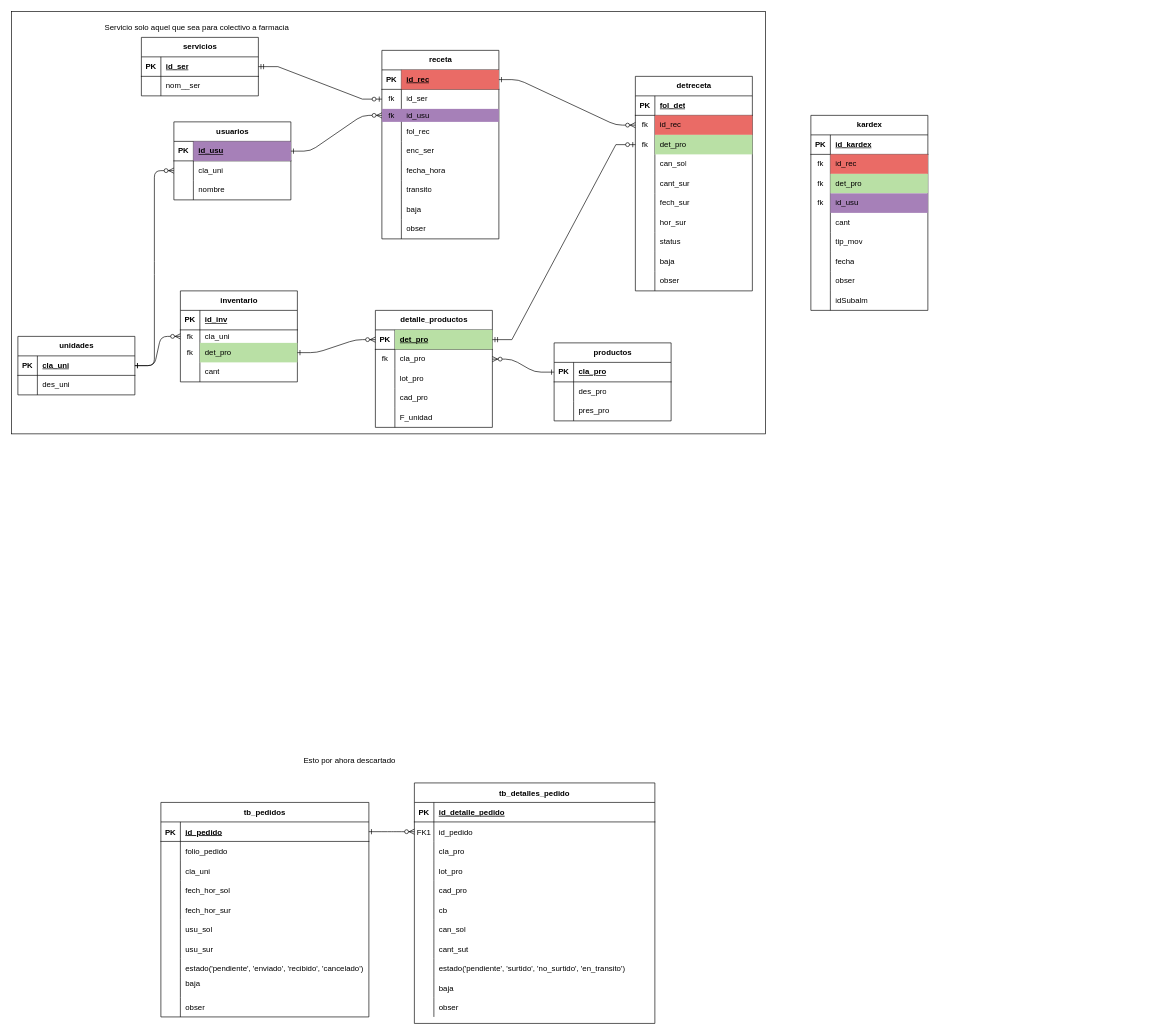
Above: CPM_CRUD.drawio in ErnestoDanielTafoyaMolinaCYM/clases-cat-cym (draw.io), before the change. Source tidied: cells renumbered, new cells numbered last; positions are measured from the earlier drawing's top-left corner, leaving out a move shared by most shapes. Both pictures are drawn from the tidied source at 65%, with x=0, y=0 at pixel (11, 11).
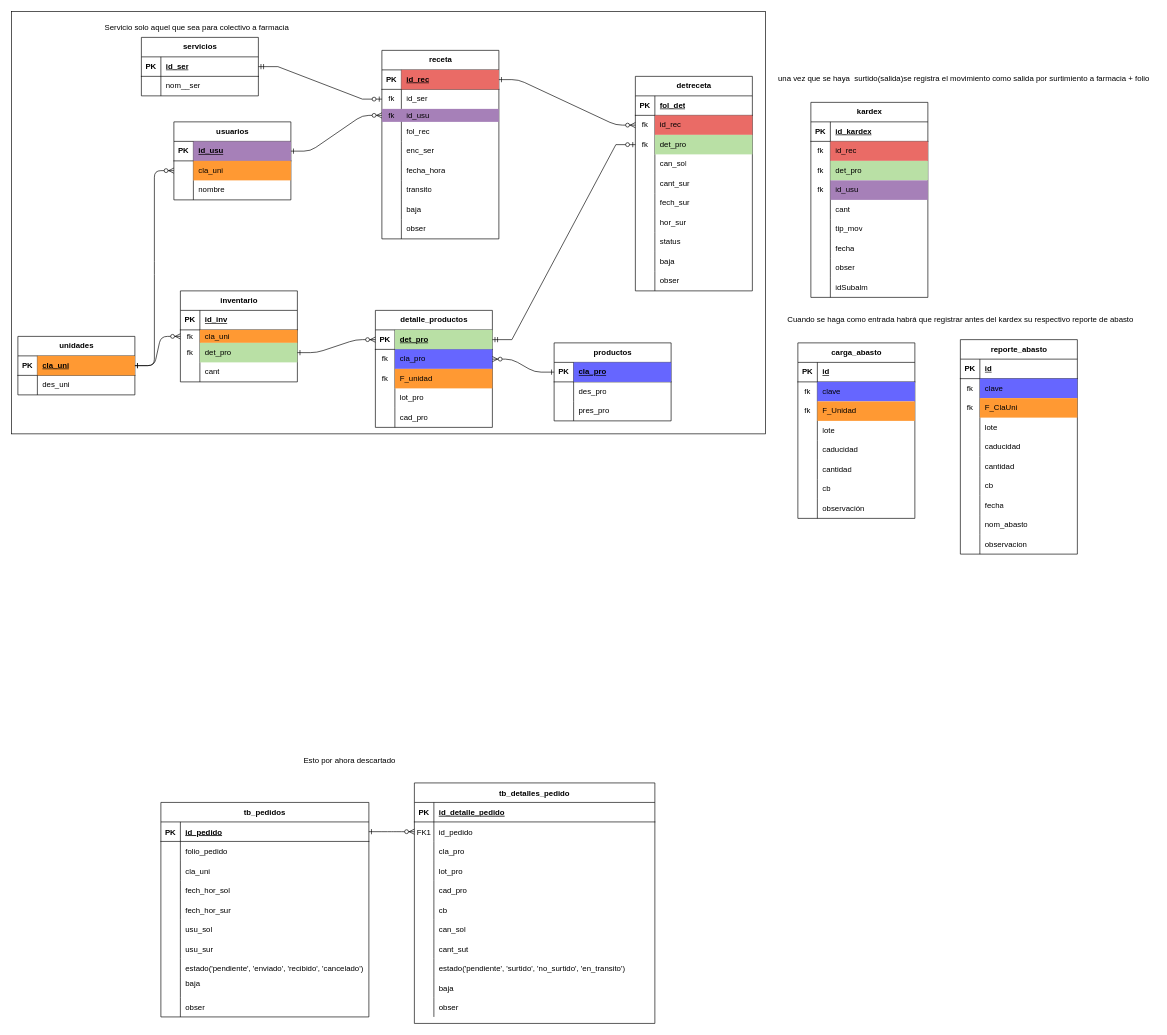
After the change.

Unchanged cells that the change refers to:
```xml
<mxCell id="102" style="shape=tableRow;horizontal=0;startSize=0;swimlaneHead=0;swimlaneBody=0;fillColor=none;points=[[0,0.5],[1,0.5]];portConstraint=eastwest;top=0;left=0;right=0;bottom=1;" parent="101" vertex="1">
  <mxGeometry y="30" width="180" height="30" as="geometry" />
</mxCell>
<mxCell id="111" value="detalle_productos" style="shape=table;startSize=30;childLayout=tableLayout;rowLines=0;fontStyle=1;align=center;html=1;" parent="99" vertex="1">
  <mxGeometry x="560" y="460" width="180" height="180" as="geometry" />
</mxCell>
<mxCell id="115" style="shape=tableRow;horizontal=0;startSize=0;swimlaneHead=0;swimlaneBody=0;fillColor=none;points=[[0,0.5],[1,0.5]];portConstraint=eastwest;top=0;left=0;right=0;bottom=0;" parent="111" vertex="1">
  <mxGeometry y="60" width="180" height="30" as="geometry" />
</mxCell>
<mxCell id="128" style="shape=tableRow;horizontal=0;startSize=0;swimlaneHead=0;swimlaneBody=0;fillColor=none;points=[[0,0.5],[1,0.5]];portConstraint=eastwest;top=0;left=0;right=0;bottom=1;" parent="127" vertex="1">
  <mxGeometry y="30" width="180" height="30" as="geometry" />
</mxCell>
<mxCell id="138" style="shape=tableRow;horizontal=0;startSize=0;swimlaneHead=0;swimlaneBody=0;fillColor=none;points=[[0,0.5],[1,0.5]];portConstraint=eastwest;top=0;left=0;right=0;bottom=0;" parent="134" vertex="1">
  <mxGeometry y="60" width="180" height="30" as="geometry" />
</mxCell>
<mxCell id="149" style="shape=tableRow;horizontal=0;startSize=0;swimlaneHead=0;swimlaneBody=0;fillColor=none;points=[[0,0.5],[1,0.5]];portConstraint=eastwest;top=0;left=0;right=0;bottom=0;" parent="145" vertex="1">
  <mxGeometry y="60" width="180" height="20" as="geometry" />
</mxCell>
```

The edit, as a diff of the source:
```diff
@@
     <mxCell id="71" value="kardex" style="shape=table;startSize=30;childLayout=tableLayout;rowLines=0;fontStyle=1;align=center;html=1;" parent="1" vertex="1">
-      <mxGeometry x="1230" y="160" width="180" height="300" as="geometry" />
+      <mxGeometry x="1230" y="140" width="180" height="300" as="geometry" />
     </mxCell>
@@
-    <mxCell id="104" value="cla_pro" style="shape=partialRectangle;fillColor=none;top=0;left=0;bottom=0;right=0;align=left;spacingLeft=6;fontStyle=5;overflow=hidden;whiteSpace=wrap;html=1;" parent="102" vertex="1">
+    <mxCell id="104" value="cla_pro" style="shape=partialRectangle;fillColor=#6666FF;top=0;left=0;bottom=0;right=0;align=left;spacingLeft=6;fontStyle=5;overflow=hidden;whiteSpace=wrap;html=1;" parent="102" vertex="1">
       <mxGeometry x="30" width="150" height="30" as="geometry" />
     </mxCell>
@@
-    <mxCell id="117" value="cla_pro" style="shape=partialRectangle;fillColor=none;top=0;left=0;bottom=0;right=0;align=left;spacingLeft=6;overflow=hidden;whiteSpace=wrap;html=1;" parent="115" vertex="1">
+    <mxCell id="117" value="cla_pro" style="shape=partialRectangle;fillColor=#6666FF;top=0;left=0;bottom=0;right=0;align=left;spacingLeft=6;overflow=hidden;whiteSpace=wrap;html=1;" parent="115" vertex="1">
       <mxGeometry x="30" width="150" height="30" as="geometry" />
     </mxCell>
+    <mxCell id="124" style="shape=tableRow;horizontal=0;startSize=0;swimlaneHead=0;swimlaneBody=0;fillColor=none;top=0;left=0;right=0;bottom=0;" parent="111" vertex="1">
+      <mxGeometry y="90" width="180" height="30" as="geometry" />
+    </mxCell>
+    <mxCell id="125" value="fk" style="shape=partialRectangle;fillColor=none;top=0;left=0;bottom=0;right=0;overflow=hidden;whiteSpace=wrap;html=1;" parent="124" vertex="1">
+      <mxGeometry width="30" height="30" as="geometry" />
+    </mxCell>
+    <mxCell id="126" value="F_unidad" style="shape=partialRectangle;fillColor=#FF9933;top=0;left=0;bottom=0;right=0;align=left;spacingLeft=6;overflow=hidden;whiteSpace=wrap;html=1;" parent="124" vertex="1">
+      <mxGeometry x="30" width="150" height="30" as="geometry" />
+    </mxCell>
     <mxCell id="118" style="shape=tableRow;horizontal=0;startSize=0;swimlaneHead=0;swimlaneBody=0;fillColor=none;top=0;left=0;right=0;bottom=0;" parent="111" vertex="1">
-      <mxGeometry y="90" width="180" height="30" as="geometry" />
+      <mxGeometry y="120" width="180" height="30" as="geometry" />
     </mxCell>
@@
     <mxCell id="121" style="shape=tableRow;horizontal=0;startSize=0;swimlaneHead=0;swimlaneBody=0;fillColor=none;top=0;left=0;right=0;bottom=0;" parent="111" vertex="1">
-      <mxGeometry y="120" width="180" height="30" as="geometry" />
+      <mxGeometry y="150" width="180" height="30" as="geometry" />
     </mxCell>
@@
-    <mxCell id="124" style="shape=tableRow;horizontal=0;startSize=0;swimlaneHead=0;swimlaneBody=0;fillColor=none;top=0;left=0;right=0;bottom=0;" parent="111" vertex="1">
-      <mxGeometry y="150" width="180" height="30" as="geometry" />
-    </mxCell>
-    <mxCell id="125" style="shape=partialRectangle;fillColor=none;top=0;left=0;bottom=0;right=0;overflow=hidden;whiteSpace=wrap;html=1;" parent="124" vertex="1">
-      <mxGeometry width="30" height="30" as="geometry" />
-    </mxCell>
-    <mxCell id="126" value="F_unidad" style="shape=partialRectangle;fillColor=none;top=0;left=0;bottom=0;right=0;align=left;spacingLeft=6;overflow=hidden;whiteSpace=wrap;html=1;" parent="124" vertex="1">
-      <mxGeometry x="30" width="150" height="30" as="geometry" />
-    </mxCell>
@@
-    <mxCell id="130" value="cla_uni" style="shape=partialRectangle;fillColor=none;top=0;left=0;bottom=0;right=0;align=left;spacingLeft=6;fontStyle=5;overflow=hidden;whiteSpace=wrap;html=1;" parent="128" vertex="1">
+    <mxCell id="130" value="cla_uni" style="shape=partialRectangle;fillColor=#FF9933;top=0;left=0;bottom=0;right=0;align=left;spacingLeft=6;fontStyle=5;overflow=hidden;whiteSpace=wrap;html=1;" parent="128" vertex="1">
       <mxGeometry x="30" width="150" height="30" as="geometry" />
     </mxCell>
@@
-    <mxCell id="140" value="cla_uni" style="shape=partialRectangle;fillColor=none;top=0;left=0;bottom=0;right=0;align=left;spacingLeft=6;overflow=hidden;whiteSpace=wrap;html=1;" parent="138" vertex="1">
+    <mxCell id="140" value="cla_uni" style="shape=partialRectangle;fillColor=#FF9933;top=0;left=0;bottom=0;right=0;align=left;spacingLeft=6;overflow=hidden;whiteSpace=wrap;html=1;" parent="138" vertex="1">
       <mxGeometry x="30" width="150" height="30" as="geometry" />
     </mxCell>
@@
-    <mxCell id="151" value="cla_uni" style="shape=partialRectangle;fillColor=none;top=0;left=0;bottom=0;right=0;align=left;spacingLeft=6;overflow=hidden;whiteSpace=wrap;html=1;" parent="149" vertex="1">
+    <mxCell id="151" value="cla_uni" style="shape=partialRectangle;fillColor=#FF9933;top=0;left=0;bottom=0;right=0;align=left;spacingLeft=6;overflow=hidden;whiteSpace=wrap;html=1;" parent="149" vertex="1">
       <mxGeometry x="30" width="150" height="20" as="geometry" />
     </mxCell>
@@
+    <mxCell id="232" value="una vez que se haya&amp;nbsp; surtido(salida)se registra el movimiento como salida por surtimiento a farmacia + folio" style="text;html=1;align=center;verticalAlign=middle;strokeColor=none;fillColor=none;" parent="1" vertex="1">
+      <mxGeometry x="1170" y="88" width="590" height="30" as="geometry" />
+    </mxCell>
+    <mxCell id="233" value="Cuando se haga como entrada habrá que registrar antes del kardex su respectivo reporte de abasto" style="text;html=1;align=center;verticalAlign=middle;strokeColor=none;fillColor=none;" parent="1" vertex="1">
+      <mxGeometry x="1180" y="460" width="560" height="30" as="geometry" />
+    </mxCell>
+    <mxCell id="234" value="carga_abasto" style="shape=table;startSize=30;childLayout=tableLayout;rowLines=0;fontStyle=1;align=center;html=1;" parent="1" vertex="1">
+      <mxGeometry x="1210" y="510" width="180" height="270" as="geometry" />
+    </mxCell>
+    <mxCell id="235" style="shape=tableRow;horizontal=0;startSize=0;swimlaneHead=0;swimlaneBody=0;fillColor=none;top=0;left=0;right=0;bottom=1;" parent="234" vertex="1">
+      <mxGeometry y="30" width="180" height="30" as="geometry" />
+    </mxCell>
+    <mxCell id="236" value="PK" style="shape=partialRectangle;fillColor=none;top=0;left=0;bottom=0;right=0;fontStyle=1;overflow=hidden;whiteSpace=wrap;html=1;" parent="235" vertex="1">
+      <mxGeometry width="30" height="30" as="geometry" />
+    </mxCell>
+    <mxCell id="237" value="id" style="shape=partialRectangle;fillColor=none;top=0;left=0;bottom=0;right=0;align=left;spacingLeft=6;fontStyle=5;overflow=hidden;whiteSpace=wrap;html=1;" parent="235" vertex="1">
+      <mxGeometry x="30" width="150" height="30" as="geometry" />
+    </mxCell>
+    <mxCell id="238" style="shape=tableRow;horizontal=0;startSize=0;swimlaneHead=0;swimlaneBody=0;fillColor=none;top=0;left=0;right=0;bottom=0;" parent="234" vertex="1">
+      <mxGeometry y="60" width="180" height="30" as="geometry" />
+    </mxCell>
+    <mxCell id="239" value="fk" style="shape=partialRectangle;fillColor=none;top=0;left=0;bottom=0;right=0;overflow=hidden;whiteSpace=wrap;html=1;" parent="238" vertex="1">
+      <mxGeometry width="30" height="30" as="geometry" />
+    </mxCell>
+    <mxCell id="240" value="clave" style="shape=partialRectangle;fillColor=#6666FF;top=0;left=0;bottom=0;right=0;align=left;spacingLeft=6;overflow=hidden;whiteSpace=wrap;html=1;" parent="238" vertex="1">
+      <mxGeometry x="30" width="150" height="30" as="geometry" />
+    </mxCell>
+    <mxCell id="241" style="shape=tableRow;horizontal=0;startSize=0;swimlaneHead=0;swimlaneBody=0;fillColor=none;top=0;left=0;right=0;bottom=0;" parent="234" vertex="1">
+      <mxGeometry y="90" width="180" height="30" as="geometry" />
+    </mxCell>
+    <mxCell id="242" value="fk" style="shape=partialRectangle;fillColor=none;top=0;left=0;bottom=0;right=0;overflow=hidden;whiteSpace=wrap;html=1;" parent="241" vertex="1">
+      <mxGeometry width="30" height="30" as="geometry" />
+    </mxCell>
+    <mxCell id="243" value="F_Unidad" style="shape=partialRectangle;fillColor=#FF9933;top=0;left=0;bottom=0;right=0;align=left;spacingLeft=6;overflow=hidden;whiteSpace=wrap;html=1;" parent="241" vertex="1">
+      <mxGeometry x="30" width="150" height="30" as="geometry" />
+    </mxCell>
+    <mxCell id="244" style="shape=tableRow;horizontal=0;startSize=0;swimlaneHead=0;swimlaneBody=0;fillColor=none;top=0;left=0;right=0;bottom=0;" parent="234" vertex="1">
+      <mxGeometry y="120" width="180" height="30" as="geometry" />
+    </mxCell>
+    <mxCell id="245" style="shape=partialRectangle;fillColor=none;top=0;left=0;bottom=0;right=0;overflow=hidden;whiteSpace=wrap;html=1;" parent="244" vertex="1">
+      <mxGeometry width="30" height="30" as="geometry" />
+    </mxCell>
+    <mxCell id="246" value="lote" style="shape=partialRectangle;fillColor=none;top=0;left=0;bottom=0;right=0;align=left;spacingLeft=6;overflow=hidden;whiteSpace=wrap;html=1;" parent="244" vertex="1">
+      <mxGeometry x="30" width="150" height="30" as="geometry" />
+    </mxCell>
+    <mxCell id="247" style="shape=tableRow;horizontal=0;startSize=0;swimlaneHead=0;swimlaneBody=0;fillColor=none;top=0;left=0;right=0;bottom=0;" parent="234" vertex="1">
+      <mxGeometry y="150" width="180" height="30" as="geometry" />
+    </mxCell>
+    <mxCell id="248" style="shape=partialRectangle;fillColor=none;top=0;left=0;bottom=0;right=0;overflow=hidden;whiteSpace=wrap;html=1;" parent="247" vertex="1">
+      <mxGeometry width="30" height="30" as="geometry" />
+    </mxCell>
+    <mxCell id="249" value="caducidad" style="shape=partialRectangle;fillColor=none;top=0;left=0;bottom=0;right=0;align=left;spacingLeft=6;overflow=hidden;whiteSpace=wrap;html=1;" parent="247" vertex="1">
+      <mxGeometry x="30" width="150" height="30" as="geometry" />
+    </mxCell>
+    <mxCell id="250" style="shape=tableRow;horizontal=0;startSize=0;swimlaneHead=0;swimlaneBody=0;fillColor=none;top=0;left=0;right=0;bottom=0;" parent="234" vertex="1">
+      <mxGeometry y="180" width="180" height="30" as="geometry" />
+    </mxCell>
+    <mxCell id="251" style="shape=partialRectangle;fillColor=none;top=0;left=0;bottom=0;right=0;overflow=hidden;whiteSpace=wrap;html=1;" parent="250" vertex="1">
+      <mxGeometry width="30" height="30" as="geometry" />
+    </mxCell>
+    <mxCell id="252" value="cantidad" style="shape=partialRectangle;fillColor=none;top=0;left=0;bottom=0;right=0;align=left;spacingLeft=6;overflow=hidden;whiteSpace=wrap;html=1;" parent="250" vertex="1">
+      <mxGeometry x="30" width="150" height="30" as="geometry" />
+    </mxCell>
+    <mxCell id="253" style="shape=tableRow;horizontal=0;startSize=0;swimlaneHead=0;swimlaneBody=0;fillColor=none;top=0;left=0;right=0;bottom=0;" parent="234" vertex="1">
+      <mxGeometry y="210" width="180" height="30" as="geometry" />
+    </mxCell>
+    <mxCell id="254" style="shape=partialRectangle;fillColor=none;top=0;left=0;bottom=0;right=0;overflow=hidden;whiteSpace=wrap;html=1;" parent="253" vertex="1">
+      <mxGeometry width="30" height="30" as="geometry" />
+    </mxCell>
+    <mxCell id="255" value="cb" style="shape=partialRectangle;fillColor=none;top=0;left=0;bottom=0;right=0;align=left;spacingLeft=6;overflow=hidden;whiteSpace=wrap;html=1;" parent="253" vertex="1">
+      <mxGeometry x="30" width="150" height="30" as="geometry" />
+    </mxCell>
+    <mxCell id="256" style="shape=tableRow;horizontal=0;startSize=0;swimlaneHead=0;swimlaneBody=0;fillColor=none;top=0;left=0;right=0;bottom=0;" parent="234" vertex="1">
+      <mxGeometry y="240" width="180" height="30" as="geometry" />
+    </mxCell>
+    <mxCell id="257" style="shape=partialRectangle;fillColor=none;top=0;left=0;bottom=0;right=0;overflow=hidden;whiteSpace=wrap;html=1;" parent="256" vertex="1">
+      <mxGeometry width="30" height="30" as="geometry" />
+    </mxCell>
+    <mxCell id="258" value="observación" style="shape=partialRectangle;fillColor=none;top=0;left=0;bottom=0;right=0;align=left;spacingLeft=6;overflow=hidden;whiteSpace=wrap;html=1;" parent="256" vertex="1">
+      <mxGeometry x="30" width="150" height="30" as="geometry" />
+    </mxCell>
+    <mxCell id="259" value="reporte_abasto" style="shape=table;startSize=30;childLayout=tableLayout;rowLines=0;fontStyle=1;align=center;html=1;" parent="1" vertex="1">
+      <mxGeometry x="1460" y="505" width="180" height="330" as="geometry" />
+    </mxCell>
+    <mxCell id="260" style="shape=tableRow;horizontal=0;startSize=0;swimlaneHead=0;swimlaneBody=0;fillColor=none;top=0;left=0;right=0;bottom=1;" parent="259" vertex="1">
+      <mxGeometry y="30" width="180" height="30" as="geometry" />
+    </mxCell>
+    <mxCell id="261" value="PK" style="shape=partialRectangle;fillColor=none;top=0;left=0;bottom=0;right=0;fontStyle=1;overflow=hidden;whiteSpace=wrap;html=1;" parent="260" vertex="1">
+      <mxGeometry width="30" height="30" as="geometry" />
+    </mxCell>
+    <mxCell id="262" value="id" style="shape=partialRectangle;fillColor=none;top=0;left=0;bottom=0;right=0;align=left;spacingLeft=6;fontStyle=5;overflow=hidden;whiteSpace=wrap;html=1;" parent="260" vertex="1">
+      <mxGeometry x="30" width="150" height="30" as="geometry" />
+    </mxCell>
+    <mxCell id="263" style="shape=tableRow;horizontal=0;startSize=0;swimlaneHead=0;swimlaneBody=0;fillColor=none;top=0;left=0;right=0;bottom=0;" parent="259" vertex="1">
+      <mxGeometry y="60" width="180" height="30" as="geometry" />
+    </mxCell>
+    <mxCell id="264" value="fk" style="shape=partialRectangle;fillColor=none;top=0;left=0;bottom=0;right=0;overflow=hidden;whiteSpace=wrap;html=1;" parent="263" vertex="1">
+      <mxGeometry width="30" height="30" as="geometry" />
+    </mxCell>
+    <mxCell id="265" value="clave" style="shape=partialRectangle;fillColor=#6666FF;top=0;left=0;bottom=0;right=0;align=left;spacingLeft=6;overflow=hidden;whiteSpace=wrap;html=1;" parent="263" vertex="1">
+      <mxGeometry x="30" width="150" height="30" as="geometry" />
+    </mxCell>
+    <mxCell id="266" style="shape=tableRow;horizontal=0;startSize=0;swimlaneHead=0;swimlaneBody=0;fillColor=none;top=0;left=0;right=0;bottom=0;" parent="259" vertex="1">
+      <mxGeometry y="90" width="180" height="30" as="geometry" />
+    </mxCell>
+    <mxCell id="267" value="fk" style="shape=partialRectangle;fillColor=none;top=0;left=0;bottom=0;right=0;overflow=hidden;whiteSpace=wrap;html=1;" parent="266" vertex="1">
+      <mxGeometry width="30" height="30" as="geometry" />
+    </mxCell>
+    <mxCell id="268" value="F_ClaUni" style="shape=partialRectangle;fillColor=#FF9933;top=0;left=0;bottom=0;right=0;align=left;spacingLeft=6;overflow=hidden;whiteSpace=wrap;html=1;" parent="266" vertex="1">
+      <mxGeometry x="30" width="150" height="30" as="geometry" />
+    </mxCell>
+    <mxCell id="269" style="shape=tableRow;horizontal=0;startSize=0;swimlaneHead=0;swimlaneBody=0;fillColor=none;top=0;left=0;right=0;bottom=0;" parent="259" vertex="1">
+      <mxGeometry y="120" width="180" height="30" as="geometry" />
+    </mxCell>
+    <mxCell id="270" style="shape=partialRectangle;fillColor=none;top=0;left=0;bottom=0;right=0;overflow=hidden;whiteSpace=wrap;html=1;" parent="269" vertex="1">
+      <mxGeometry width="30" height="30" as="geometry" />
+    </mxCell>
+    <mxCell id="271" value="lote" style="shape=partialRectangle;fillColor=none;top=0;left=0;bottom=0;right=0;align=left;spacingLeft=6;overflow=hidden;whiteSpace=wrap;html=1;" parent="269" vertex="1">
+      <mxGeometry x="30" width="150" height="30" as="geometry" />
+    </mxCell>
+    <mxCell id="272" style="shape=tableRow;horizontal=0;startSize=0;swimlaneHead=0;swimlaneBody=0;fillColor=none;top=0;left=0;right=0;bottom=0;" parent="259" vertex="1">
+      <mxGeometry y="150" width="180" height="30" as="geometry" />
+    </mxCell>
+    <mxCell id="273" style="shape=partialRectangle;fillColor=none;top=0;left=0;bottom=0;right=0;overflow=hidden;whiteSpace=wrap;html=1;" parent="272" vertex="1">
+      <mxGeometry width="30" height="30" as="geometry" />
+    </mxCell>
+    <mxCell id="274" value="caducidad" style="shape=partialRectangle;fillColor=none;top=0;left=0;bottom=0;right=0;align=left;spacingLeft=6;overflow=hidden;whiteSpace=wrap;html=1;" parent="272" vertex="1">
+      <mxGeometry x="30" width="150" height="30" as="geometry" />
+    </mxCell>
+    <mxCell id="275" style="shape=tableRow;horizontal=0;startSize=0;swimlaneHead=0;swimlaneBody=0;fillColor=none;top=0;left=0;right=0;bottom=0;" parent="259" vertex="1">
+      <mxGeometry y="180" width="180" height="30" as="geometry" />
+    </mxCell>
+    <mxCell id="276" style="shape=partialRectangle;fillColor=none;top=0;left=0;bottom=0;right=0;overflow=hidden;whiteSpace=wrap;html=1;" parent="275" vertex="1">
+      <mxGeometry width="30" height="30" as="geometry" />
+    </mxCell>
+    <mxCell id="277" value="cantidad" style="shape=partialRectangle;fillColor=none;top=0;left=0;bottom=0;right=0;align=left;spacingLeft=6;overflow=hidden;whiteSpace=wrap;html=1;" parent="275" vertex="1">
+      <mxGeometry x="30" width="150" height="30" as="geometry" />
+    </mxCell>
+    <mxCell id="278" style="shape=tableRow;horizontal=0;startSize=0;swimlaneHead=0;swimlaneBody=0;fillColor=none;top=0;left=0;right=0;bottom=0;" parent="259" vertex="1">
+      <mxGeometry y="210" width="180" height="30" as="geometry" />
+    </mxCell>
+    <mxCell id="279" style="shape=partialRectangle;fillColor=none;top=0;left=0;bottom=0;right=0;overflow=hidden;whiteSpace=wrap;html=1;" parent="278" vertex="1">
+      <mxGeometry width="30" height="30" as="geometry" />
+    </mxCell>
+    <mxCell id="280" value="cb" style="shape=partialRectangle;fillColor=none;top=0;left=0;bottom=0;right=0;align=left;spacingLeft=6;overflow=hidden;whiteSpace=wrap;html=1;" parent="278" vertex="1">
+      <mxGeometry x="30" width="150" height="30" as="geometry" />
+    </mxCell>
+    <mxCell id="281" style="shape=tableRow;horizontal=0;startSize=0;swimlaneHead=0;swimlaneBody=0;fillColor=none;top=0;left=0;right=0;bottom=0;" parent="259" vertex="1">
+      <mxGeometry y="240" width="180" height="30" as="geometry" />
+    </mxCell>
+    <mxCell id="282" style="shape=partialRectangle;fillColor=none;top=0;left=0;bottom=0;right=0;overflow=hidden;whiteSpace=wrap;html=1;" parent="281" vertex="1">
+      <mxGeometry width="30" height="30" as="geometry" />
+    </mxCell>
+    <mxCell id="283" value="fecha" style="shape=partialRectangle;fillColor=none;top=0;left=0;bottom=0;right=0;align=left;spacingLeft=6;overflow=hidden;whiteSpace=wrap;html=1;" parent="281" vertex="1">
+      <mxGeometry x="30" width="150" height="30" as="geometry" />
+    </mxCell>
+    <mxCell id="284" style="shape=tableRow;horizontal=0;startSize=0;swimlaneHead=0;swimlaneBody=0;fillColor=none;top=0;left=0;right=0;bottom=0;" parent="259" vertex="1">
+      <mxGeometry y="270" width="180" height="30" as="geometry" />
+    </mxCell>
+    <mxCell id="285" style="shape=partialRectangle;fillColor=none;top=0;left=0;bottom=0;right=0;overflow=hidden;whiteSpace=wrap;html=1;" parent="284" vertex="1">
+      <mxGeometry width="30" height="30" as="geometry" />
+    </mxCell>
+    <mxCell id="286" value="nom_abasto" style="shape=partialRectangle;fillColor=none;top=0;left=0;bottom=0;right=0;align=left;spacingLeft=6;overflow=hidden;whiteSpace=wrap;html=1;" parent="284" vertex="1">
+      <mxGeometry x="30" width="150" height="30" as="geometry" />
+    </mxCell>
+    <mxCell id="287" style="shape=tableRow;horizontal=0;startSize=0;swimlaneHead=0;swimlaneBody=0;fillColor=none;top=0;left=0;right=0;bottom=0;" parent="259" vertex="1">
+      <mxGeometry y="300" width="180" height="30" as="geometry" />
+    </mxCell>
+    <mxCell id="288" style="shape=partialRectangle;fillColor=none;top=0;left=0;bottom=0;right=0;overflow=hidden;whiteSpace=wrap;html=1;" parent="287" vertex="1">
+      <mxGeometry width="30" height="30" as="geometry" />
+    </mxCell>
+    <mxCell id="289" value="observacion" style="shape=partialRectangle;fillColor=none;top=0;left=0;bottom=0;right=0;align=left;spacingLeft=6;overflow=hidden;whiteSpace=wrap;html=1;" parent="287" vertex="1">
+      <mxGeometry x="30" width="150" height="30" as="geometry" />
+    </mxCell>
```
